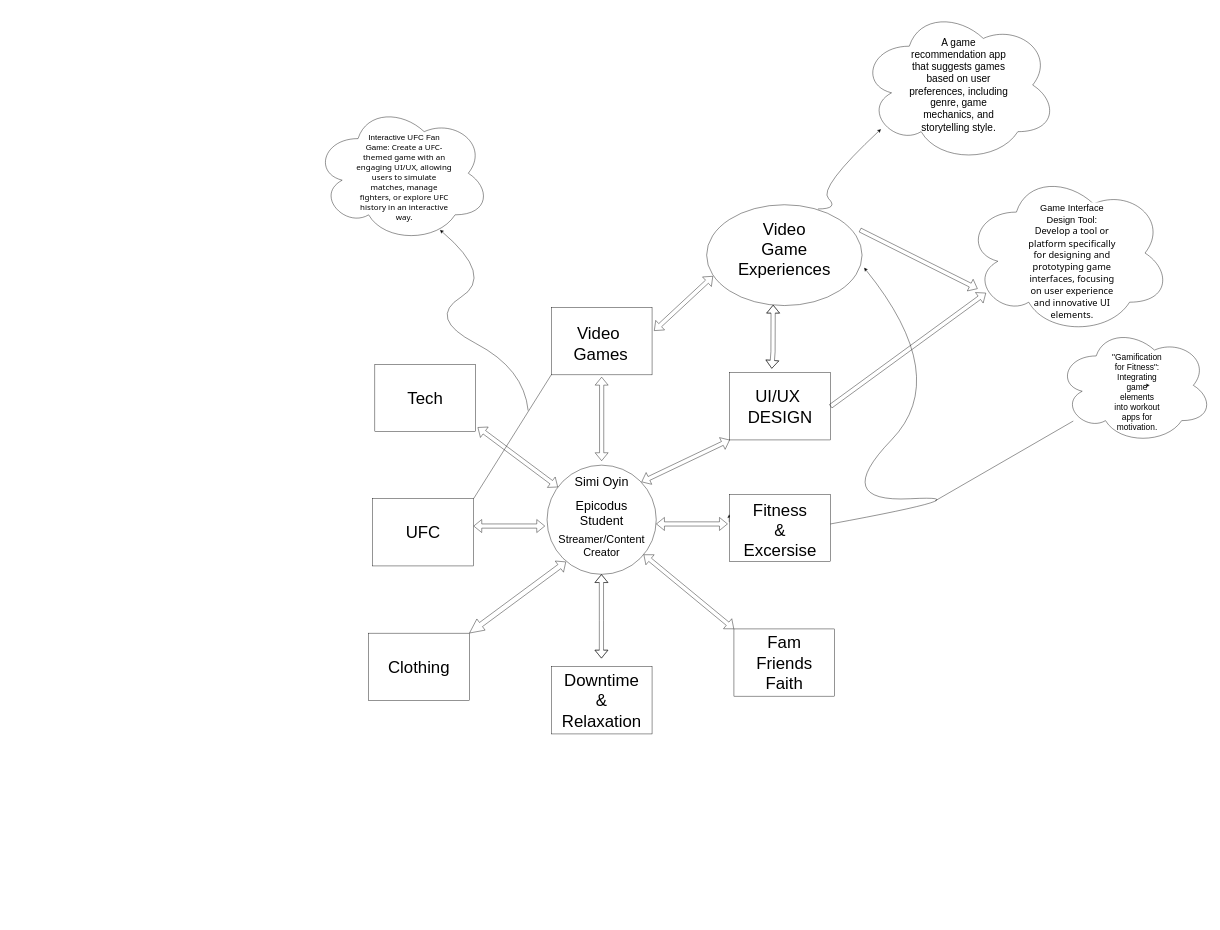
Before: Untitled Diagram.drawio in simioyin222/CapstoneProjectIdeaBoard, a draw.io diagram. Source tidied: cells renumbered, new cells numbered last; positions are measured from the earlier drawing's top-left corner, leaving out a move shared by most shapes. Both pictures are drawn from the tidied source at 42%, with x=0, y=0 at pixel (314, 7).
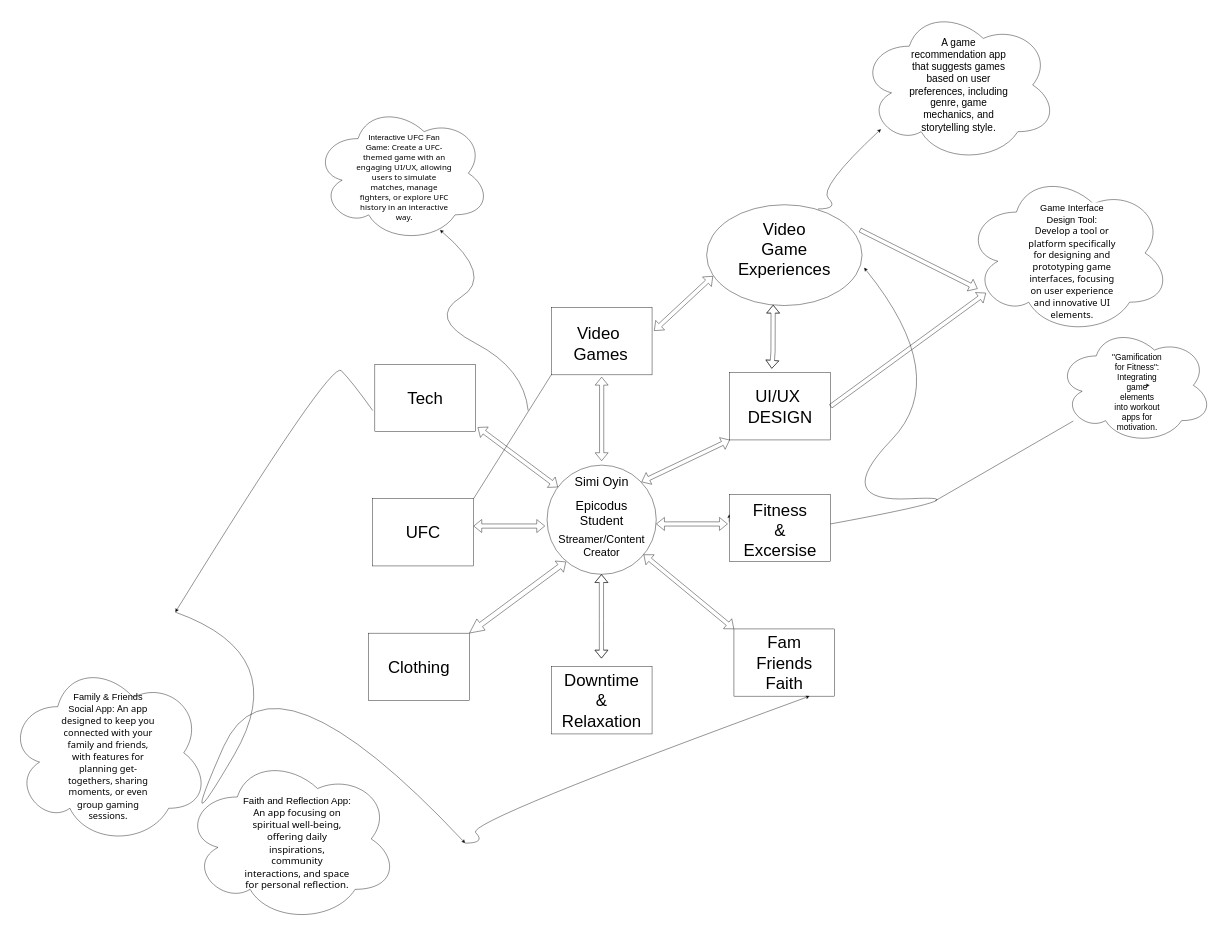
After the change.

Commit message:
add more ideas to fath and friend connection

Unchanged cells that the change refers to:
```xml
<mxCell id="18" style="rounded=0;whiteSpace=wrap;html=1;" parent="1" vertex="1">
  <mxGeometry x="1000" y="1480" width="240" height="160" as="geometry" />
</mxCell>
```

Change to the diagram source:
```diff
@@
+    <mxCell id="51" style="curved=1;endArrow=classic;html=1;rounded=0;" parent="1" edge="1">
+      <mxGeometry relative="1" as="geometry">
+        <mxPoint x="140" y="960" as="sourcePoint" />
+        <mxPoint x="-330" y="1440" as="targetPoint" />
+        <Array as="points">
+          <mxPoint x="90" y="890" />
+          <mxPoint x="40" y="840" />
+        </Array>
+      </mxGeometry>
+    </mxCell>
+    <mxCell id="52" style="curved=1;endArrow=classic;html=1;rounded=0;" parent="1" edge="1">
+      <mxGeometry relative="1" as="geometry">
+        <mxPoint x="-330" y="1440" as="sourcePoint" />
+        <mxPoint x="360" y="1990" as="targetPoint" />
+        <Array as="points">
+          <mxPoint x="-50" y="1540" />
+          <mxPoint x="-330" y="2020" />
+          <mxPoint x="-100" y="1500" />
+        </Array>
+      </mxGeometry>
+    </mxCell>
+    <mxCell id="53" style="curved=1;endArrow=classic;html=1;rounded=0;entryX=0.75;entryY=1;entryDx=0;entryDy=0;" parent="1" edge="1" target="18">
+      <mxGeometry relative="1" as="geometry">
+        <mxPoint x="360" y="1990" as="sourcePoint" />
+        <Array as="points">
+          <mxPoint x="410" y="1990" />
+          <mxPoint x="360" y="1940" />
+        </Array>
+      </mxGeometry>
+    </mxCell>
+    <mxCell id="54" style="ellipse;shape=cloud;whiteSpace=wrap;html=1;" parent="1" vertex="1">
+      <mxGeometry x="-730" y="1555" width="480" height="440" as="geometry" />
+    </mxCell>
+    <mxCell id="55" style="ellipse;shape=cloud;whiteSpace=wrap;html=1;" parent="1" vertex="1">
+      <mxGeometry x="-310" y="1780" width="510" height="400" as="geometry" />
+    </mxCell>
+    <mxCell id="56" value="&lt;font style=&quot;font-size: 22px;&quot;&gt;Family &amp;amp; Friends Social App:&lt;span style=&quot;font-family: Söhne, ui-sans-serif, system-ui, -apple-system, &amp;quot;Segoe UI&amp;quot;, Roboto, Ubuntu, Cantarell, &amp;quot;Noto Sans&amp;quot;, sans-serif, &amp;quot;Helvetica Neue&amp;quot;, Arial, &amp;quot;Apple Color Emoji&amp;quot;, &amp;quot;Segoe UI Emoji&amp;quot;, &amp;quot;Segoe UI Symbol&amp;quot;, &amp;quot;Noto Color Emoji&amp;quot;; text-align: left;&quot;&gt; An app designed to keep you connected with your family and friends, with features for planning get-togethers, sharing moments, or even group gaming sessions.&lt;/span&gt;&lt;/font&gt;" style="text;html=1;strokeColor=none;fillColor=none;align=center;verticalAlign=middle;whiteSpace=wrap;rounded=0;" parent="1" vertex="1">
+      <mxGeometry x="-605" y="1770" width="230" height="30" as="geometry" />
+    </mxCell>
+    <mxCell id="57" value="&lt;font style=&quot;font-size: 23px;&quot;&gt;Faith and Reflection App:&lt;span style=&quot;font-family: Söhne, ui-sans-serif, system-ui, -apple-system, &amp;quot;Segoe UI&amp;quot;, Roboto, Ubuntu, Cantarell, &amp;quot;Noto Sans&amp;quot;, sans-serif, &amp;quot;Helvetica Neue&amp;quot;, Arial, &amp;quot;Apple Color Emoji&amp;quot;, &amp;quot;Segoe UI Emoji&amp;quot;, &amp;quot;Segoe UI Symbol&amp;quot;, &amp;quot;Noto Color Emoji&amp;quot;; text-align: left;&quot;&gt; An app focusing on spiritual well-being, offering daily inspirations, community interactions, and space for personal reflection.&lt;/span&gt;&lt;/font&gt;" style="text;html=1;strokeColor=none;fillColor=none;align=center;verticalAlign=middle;whiteSpace=wrap;rounded=0;" parent="1" vertex="1">
+      <mxGeometry x="-170" y="1880" width="260" height="220" as="geometry" />
+    </mxCell>
```
